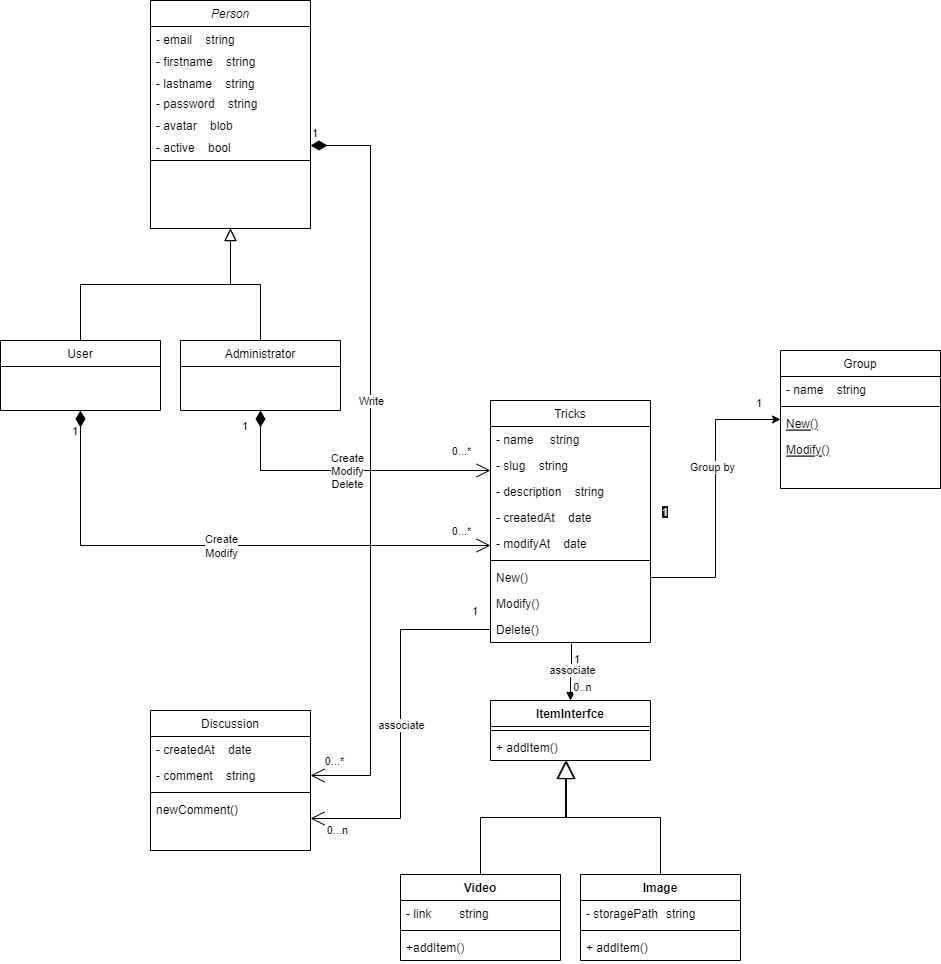
D-Jerome/P6-SnowTricks keeps this draw.io diagram as Uml-Diagrams/Class Diagram.png. Above is the earlier version. Source tidied: cells renumbered, new cells last; positions are measured from the earlier drawing's top-left corner, leaving out a move shared by most shapes.
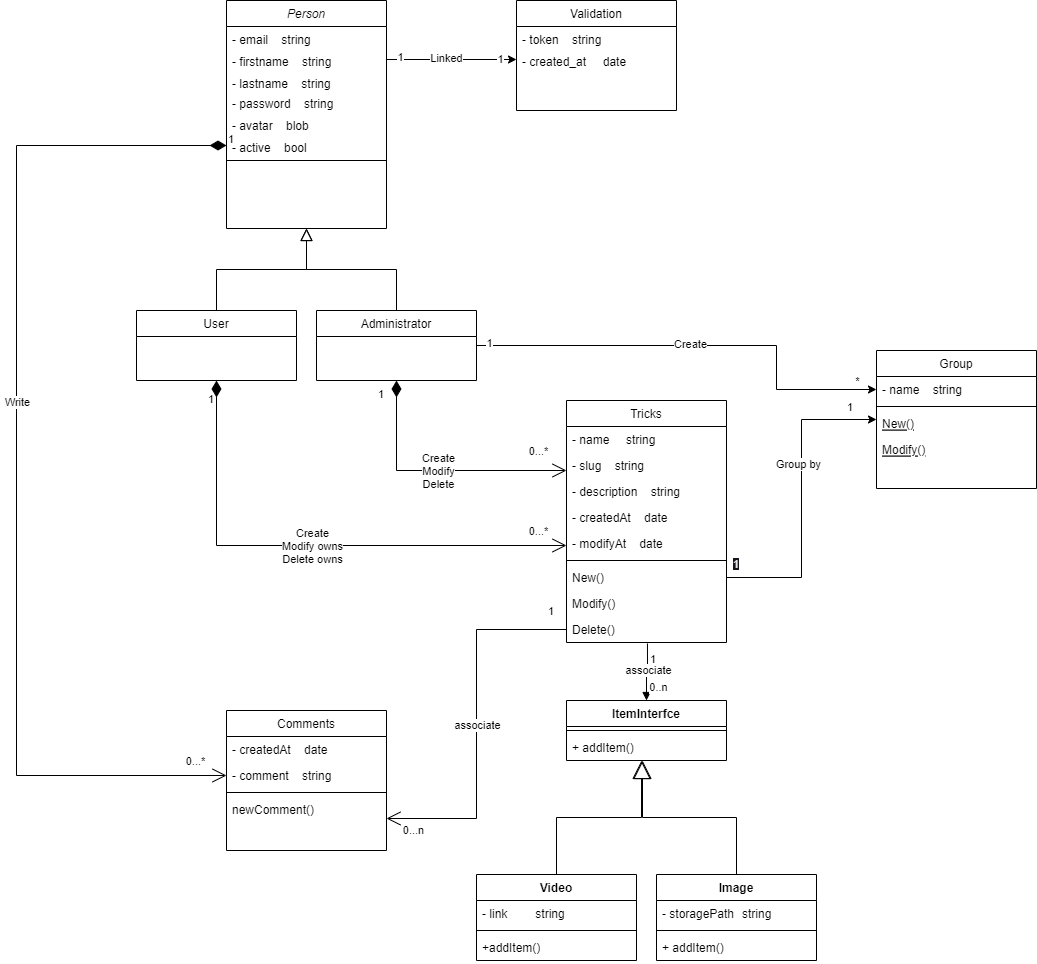
The same file after the commit.

What changed in the source:
```diff
@@ -27,13 +27,32 @@
       <mxGeometry y="156" width="160" height="8" as="geometry" />
     </mxCell>
     <mxCell id="10" value="User" style="swimlane;fontStyle=0;align=center;verticalAlign=top;horizontal=1;startSize=26;rounded=0;shadow=0;strokeWidth=1;" parent="1" vertex="1">
-      <mxGeometry y="340" width="160" height="70" as="geometry" />
+      <mxGeometry x="60" y="310" width="160" height="70" as="geometry" />
     </mxCell>
     <mxCell id="11" style="endArrow=block;endSize=10;endFill=0;shadow=0;strokeWidth=1;rounded=0;edgeStyle=elbowEdgeStyle;elbow=vertical;" parent="1" edge="1" source="10" target="2">
       <mxGeometry relative="1" as="geometry" />
     </mxCell>
+    <mxCell id="67" style="edgeStyle=orthogonalEdgeStyle;rounded=0;jettySize=auto;html=1;exitX=1;exitY=0.5;exitDx=0;exitDy=0;entryX=0;entryY=0.5;entryDx=0;entryDy=0;" parent="1" edge="1" source="12" target="25">
+      <mxGeometry relative="1" as="geometry">
+        <Array as="points">
+          <mxPoint x="700" y="345" />
+          <mxPoint x="700" y="389" />
+        </Array>
+      </mxGeometry>
+    </mxCell>
+    <mxCell id="68" value="Create" style="edgeLabel;html=1;align=center;verticalAlign=middle;" parent="67" vertex="1">
+      <mxGeometry x="-0.04" y="2" relative="1" as="geometry" />
+    </mxCell>
+    <mxCell id="69" value="1" style="edgeLabel;html=1;align=center;verticalAlign=middle;" parent="67" vertex="1">
+      <mxGeometry x="-0.95" y="3" relative="1" as="geometry" />
+    </mxCell>
+    <mxCell id="70" value="*" style="edgeLabel;html=1;align=center;verticalAlign=middle;" parent="67" vertex="1">
+      <mxGeometry x="0.91" y="1" relative="1" as="geometry">
+        <mxPoint y="-8" as="offset" />
+      </mxGeometry>
+    </mxCell>
     <mxCell id="12" value="Administrator" style="swimlane;fontStyle=0;align=center;verticalAlign=top;horizontal=1;startSize=26;rounded=0;shadow=0;strokeWidth=1;" parent="1" vertex="1">
-      <mxGeometry x="180" y="340" width="160" height="70" as="geometry" />
+      <mxGeometry x="240" y="310" width="160" height="70" as="geometry" />
     </mxCell>
     <mxCell id="13" style="endArrow=block;endSize=10;endFill=0;shadow=0;strokeWidth=1;rounded=0;edgeStyle=elbowEdgeStyle;elbow=vertical;" parent="1" edge="1" source="12" target="2">
       <mxGeometry relative="1" as="geometry" />
@@ -69,7 +88,7 @@
       <mxGeometry y="216" width="160" height="26" as="geometry" />
     </mxCell>
     <mxCell id="24" value="Group&#10;" style="swimlane;fontStyle=0;align=center;verticalAlign=top;horizontal=1;startSize=26;rounded=0;shadow=0;strokeWidth=1;" parent="1" vertex="1">
-      <mxGeometry x="780" y="350" width="160" height="138" as="geometry" />
+      <mxGeometry x="800" y="350" width="160" height="138" as="geometry" />
     </mxCell>
     <mxCell id="25" value="- name    string" style="text;align=left;verticalAlign=top;spacingLeft=4;spacingRight=4;overflow=hidden;points=[[0,0.5],[1,0.5]];portConstraint=eastwest;rounded=0;shadow=0;html=0;" parent="24" vertex="1">
       <mxGeometry y="26" width="160" height="26" as="geometry" />
@@ -95,8 +114,7 @@
       <mxGeometry x="-0.83" y="-20" relative="1" as="geometry">
         <mxPoint x="490" y="470" as="targetPoint" />
         <Array as="points">
-          <mxPoint x="260" y="470" />
-          <mxPoint x="490" y="470" />
+          <mxPoint x="320" y="470" />
         </Array>
       </mxGeometry>
     </mxCell>
@@ -108,7 +126,7 @@
         <mxPoint x="-21" y="-20" as="offset" />
       </mxGeometry>
     </mxCell>
-    <mxCell id="34" value="Discussion" style="swimlane;fontStyle=0;align=center;verticalAlign=top;horizontal=1;startSize=26;rounded=0;shadow=0;strokeWidth=1;" parent="1" vertex="1">
+    <mxCell id="34" value="Comments" style="swimlane;fontStyle=0;align=center;verticalAlign=top;horizontal=1;startSize=26;rounded=0;shadow=0;strokeWidth=1;" parent="1" vertex="1">
       <mxGeometry x="150" y="710" width="160" height="140" as="geometry" />
     </mxCell>
     <mxCell id="35" value="- createdAt    date" style="text;align=left;verticalAlign=top;spacingLeft=4;spacingRight=4;overflow=hidden;rounded=0;shadow=0;html=0;" parent="34" vertex="1">
@@ -189,7 +207,7 @@
       <mxGeometry x="-0.08" y="1" relative="1" as="geometry" />
     </mxCell>
     <mxCell id="57" value="1" style="edgeLabel;html=1;align=left;verticalAlign=bottom;" parent="1" vertex="1">
-      <mxGeometry x="765" y="406" as="geometry">
+      <mxGeometry x="780" y="410" as="geometry">
         <mxPoint x="-11" y="5" as="offset" />
       </mxGeometry>
     </mxCell>
@@ -199,11 +217,11 @@
     <mxCell id="59" style="endArrow=block;endSize=16;endFill=0;html=1;rounded=0;exitX=0.5;exitY=0;exitDx=0;exitDy=0;edgeStyle=orthogonalEdgeStyle;entryX=0.475;entryY=1;entryDx=0;entryDy=0;entryPerimeter=0;" parent="1" edge="1" source="46" target="52">
       <mxGeometry relative="1" as="geometry" />
     </mxCell>
-    <mxCell id="60" value="1" style="endArrow=open;html=1;endSize=12;startArrow=diamondThin;startSize=14;startFill=1;edgeStyle=orthogonalEdgeStyle;align=left;verticalAlign=bottom;rounded=0;exitX=1;exitY=0.5;exitDx=0;exitDy=0;entryX=1;entryY=0.5;entryDx=0;entryDy=0;" parent="1" edge="1" source="8" target="36">
+    <mxCell id="60" value="1" style="endArrow=open;html=1;endSize=12;startArrow=diamondThin;startSize=14;startFill=1;edgeStyle=orthogonalEdgeStyle;align=left;verticalAlign=bottom;rounded=0;exitX=0;exitY=0.5;exitDx=0;exitDy=0;entryX=0;entryY=0.5;entryDx=0;entryDy=0;" parent="1" edge="1" source="8" target="36">
       <mxGeometry x="-1" y="3" relative="1" as="geometry">
         <Array as="points">
-          <mxPoint x="370" y="145" />
-          <mxPoint x="370" y="775" />
+          <mxPoint x="-60" y="145" />
+          <mxPoint x="-60" y="775" />
         </Array>
       </mxGeometry>
     </mxCell>
@@ -218,18 +236,17 @@
       </mxGeometry>
     </mxCell>
     <mxCell id="63" value="&lt;span style=&quot;color: rgb(240, 240, 240); font-family: Helvetica; font-size: 11px; font-style: normal; font-variant-ligatures: normal; font-variant-caps: normal; font-weight: 400; letter-spacing: normal; orphans: 2; text-align: left; text-indent: 0px; text-transform: none; widows: 2; word-spacing: 0px; -webkit-text-stroke-width: 0px; background-color: rgb(24, 20, 29); text-decoration-thickness: initial; text-decoration-style: initial; text-decoration-color: initial; float: none; display: inline !important;&quot;&gt;1&lt;/span&gt;" style="text;whiteSpace=wrap;html=1;" parent="1" vertex="1">
-      <mxGeometry x="660" y="498" width="10" height="20" as="geometry" />
+      <mxGeometry x="655" y="550" width="10" height="20" as="geometry" />
     </mxCell>
     <mxCell id="64" value="1" style="endArrow=open;html=1;endSize=12;startArrow=diamondThin;startSize=14;startFill=1;edgeStyle=orthogonalEdgeStyle;align=left;verticalAlign=bottom;rounded=0;exitX=0.5;exitY=1;exitDx=0;exitDy=0;" parent="1" edge="1" source="10">
       <mxGeometry x="-0.89" y="-10" relative="1" as="geometry">
         <mxPoint x="490" y="545" as="targetPoint" />
         <Array as="points">
-          <mxPoint x="80" y="545" />
-          <mxPoint x="490" y="545" />
+          <mxPoint x="140" y="545" />
         </Array>
       </mxGeometry>
     </mxCell>
-    <mxCell id="65" value="Create&lt;br&gt;Modify" style="edgeLabel;html=1;align=center;verticalAlign=middle;" parent="64" vertex="1">
+    <mxCell id="65" value="Create&lt;br&gt;Modify owns&lt;br&gt;Delete owns" style="edgeLabel;html=1;align=center;verticalAlign=middle;" parent="64" vertex="1">
       <mxGeometry x="0.01" relative="1" as="geometry" />
     </mxCell>
     <mxCell id="66" value="0...*" style="edgeLabel;html=1;align=center;verticalAlign=middle;" parent="64" vertex="1">
@@ -237,5 +254,26 @@
         <mxPoint x="-13" y="-15" as="offset" />
       </mxGeometry>
     </mxCell>
+    <mxCell id="71" value="Validation" style="swimlane;fontStyle=0;align=center;verticalAlign=top;horizontal=1;startSize=26;rounded=0;shadow=0;strokeWidth=1;" parent="1" vertex="1">
+      <mxGeometry x="440" width="160" height="110" as="geometry" />
+    </mxCell>
+    <mxCell id="72" value="- token    string" style="text;align=left;verticalAlign=top;spacingLeft=4;spacingRight=4;overflow=hidden;" parent="71" vertex="1">
+      <mxGeometry y="26" width="160" height="22" as="geometry" />
+    </mxCell>
+    <mxCell id="73" value="- created_at     date" style="text;align=left;verticalAlign=top;spacingLeft=4;spacingRight=4;overflow=hidden;points=[[0,0.5],[1,0.5]];portConstraint=eastwest;" parent="71" vertex="1">
+      <mxGeometry y="48" width="160" height="22" as="geometry" />
+    </mxCell>
+    <mxCell id="74" style="edgeStyle=orthogonalEdgeStyle;rounded=0;jettySize=auto;html=1;exitX=1;exitY=0.5;exitDx=0;exitDy=0;" parent="1" edge="1" source="4" target="73">
+      <mxGeometry relative="1" as="geometry" />
+    </mxCell>
+    <mxCell id="75" value="1" style="edgeLabel;html=1;align=center;verticalAlign=middle;" parent="74" vertex="1">
+      <mxGeometry x="-0.8" y="3" relative="1" as="geometry" />
+    </mxCell>
+    <mxCell id="76" value="1" style="edgeLabel;html=1;align=center;verticalAlign=middle;" parent="74" vertex="1">
+      <mxGeometry x="0.74" y="1" relative="1" as="geometry" />
+    </mxCell>
+    <mxCell id="77" value="Linked" style="edgeLabel;html=1;align=center;verticalAlign=middle;" parent="74" vertex="1">
+      <mxGeometry x="-0.09" y="2" relative="1" as="geometry" />
+    </mxCell>
   </root>
 </mxGraphModel>
```
